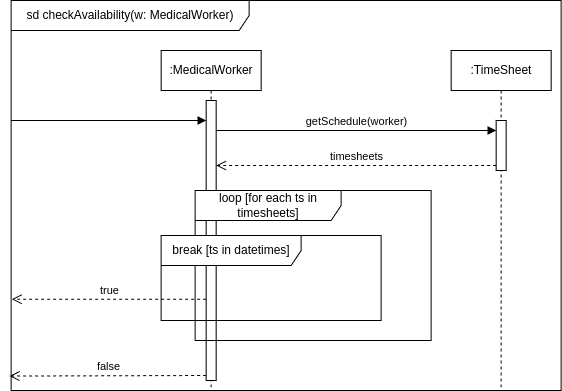
nedeadinside/oaoaoaoaoaoaoaoa keeps this draw.io diagram as lab2/SD-SD2.png. Above is the earlier version. Source tidied: cells renumbered, new cells last; positions are measured from the earlier drawing's top-left corner, leaving out a move shared by most shapes.
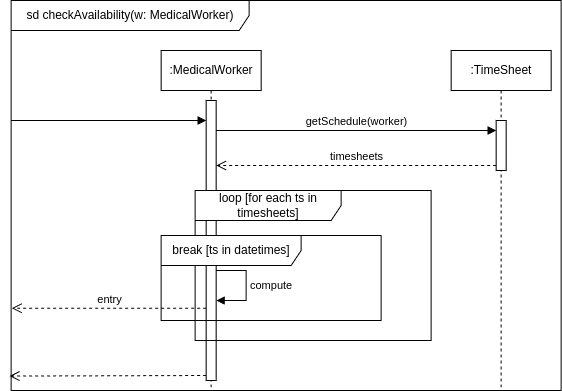
The same file after the commit.

What changed in the source:
```diff
@@ -11,6 +11,15 @@
     <mxCell id="4" style="html=1;points=[[0,0,0,0,5],[0,1,0,0,-5],[1,0,0,0,5],[1,1,0,0,-5]];perimeter=orthogonalPerimeter;outlineConnect=0;targetShapes=umlLifeline;portConstraint=eastwest;newEdgeStyle={&quot;curved&quot;:0,&quot;rounded&quot;:0};" parent="3" vertex="1">
       <mxGeometry x="45" y="50" width="10" height="280" as="geometry" />
     </mxCell>
+    <mxCell id="14" value="compute" style="html=1;align=left;spacingLeft=2;endArrow=block;rounded=0;edgeStyle=orthogonalEdgeStyle;curved=0;rounded=0;" parent="3" edge="1" target="4">
+      <mxGeometry relative="1" as="geometry">
+        <mxPoint x="55" y="220" as="sourcePoint" />
+        <Array as="points">
+          <mxPoint x="85" y="220" />
+          <mxPoint x="85" y="250" />
+        </Array>
+      </mxGeometry>
+    </mxCell>
     <mxCell id="5" value=":TimeSheet" style="shape=umlLifeline;perimeter=lifelinePerimeter;whiteSpace=wrap;html=1;newEdgeStyle={&quot;curved&quot;:0,&quot;rounded&quot;:0};" parent="1" vertex="1">
       <mxGeometry x="439.7" y="50" width="100" height="340" as="geometry" />
     </mxCell>
@@ -37,10 +46,13 @@
     <mxCell id="11" value="break [ts in datetimes]" style="shape=umlFrame;whiteSpace=wrap;html=1;width=140;height=30;" parent="1" vertex="1">
       <mxGeometry x="149.7" y="235" width="220" height="85" as="geometry" />
     </mxCell>
-    <mxCell id="12" value="true" style="html=1;verticalAlign=bottom;endArrow=open;dashed=1;endSize=8;curved=0;rounded=0;entryX=0.001;entryY=0.766;entryDx=0;entryDy=0;entryPerimeter=0;" parent="1" edge="1" source="4" target="2">
-      <mxGeometry relative="1" as="geometry" />
+    <mxCell id="12" value="entry" style="html=1;verticalAlign=bottom;endArrow=open;dashed=1;endSize=8;curved=0;rounded=0;entryX=0.001;entryY=0.766;entryDx=0;entryDy=0;entryPerimeter=0;" parent="1" edge="1">
+      <mxGeometry relative="1" as="geometry">
+        <mxPoint x="194.7" y="307.7" as="sourcePoint" />
+        <mxPoint x="0.2" y="307.7" as="targetPoint" />
+      </mxGeometry>
     </mxCell>
-    <mxCell id="13" value="false" style="html=1;verticalAlign=bottom;endArrow=open;dashed=1;endSize=8;curved=0;rounded=0;exitX=0;exitY=1;exitDx=0;exitDy=-5;exitPerimeter=0;entryX=-0.003;entryY=0.963;entryDx=0;entryDy=0;entryPerimeter=0;" parent="1" edge="1" source="4" target="2">
+    <mxCell id="13" style="html=1;verticalAlign=bottom;endArrow=open;dashed=1;endSize=8;curved=0;rounded=0;exitX=0;exitY=1;exitDx=0;exitDy=-5;exitPerimeter=0;entryX=-0.003;entryY=0.963;entryDx=0;entryDy=0;entryPerimeter=0;" parent="1" edge="1" source="4" target="2">
       <mxGeometry relative="1" as="geometry" />
     </mxCell>
   </root>
```
